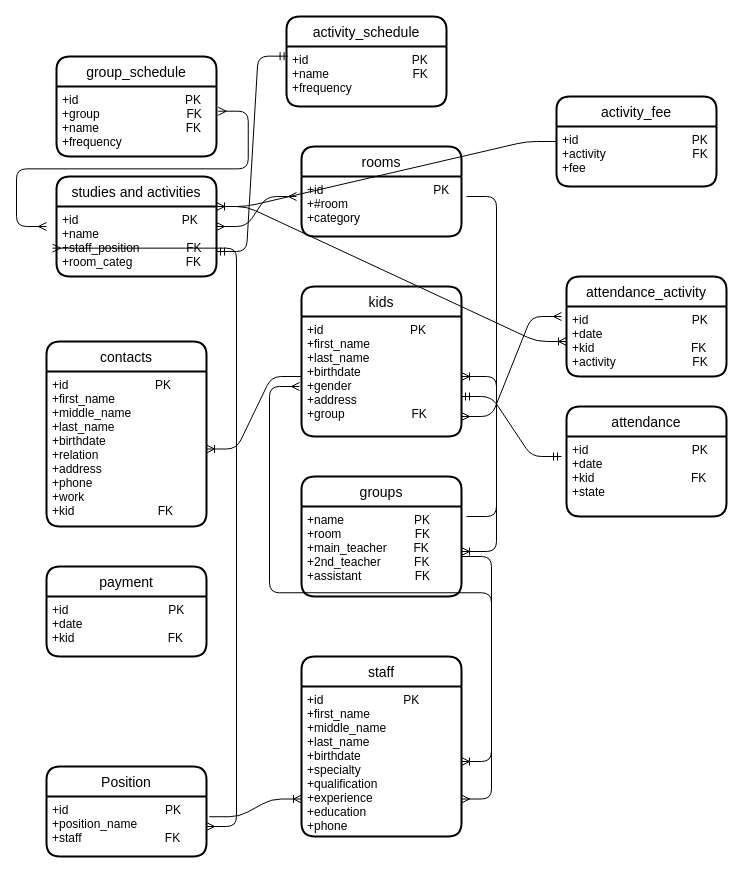
The draw.io diagram Kindergarten.drawio in Emma664/World-population, before the edit. Source tidied: cells renumbered, new cells numbered last; positions are measured from the earlier drawing's top-left corner, leaving out a move shared by most shapes. Both pictures are drawn from the tidied source at 100%, with x=0, y=0 at pixel (46, 16).
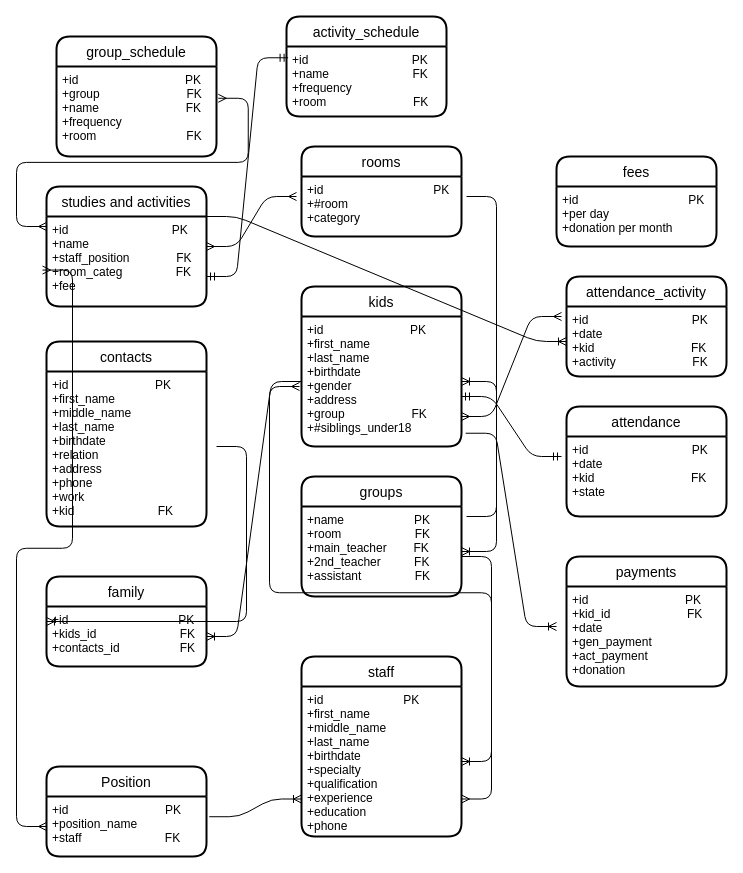
After the change.

Unchanged cells that the change refers to:
```xml
<mxCell id="5" value="+id                          PK&#10;+first_name&#10;+middle_name&#10;+last_name&#10;+birthdate&#10;+relation&#10;+address&#10;+phone&#10;+work                      &#10;+kid                         FK" style="align=left;strokeColor=none;fillColor=none;spacingLeft=4;fontSize=12;verticalAlign=top;" parent="4" vertex="1">
  <mxGeometry y="30" width="160" height="155" as="geometry" />
</mxCell>
```

The edit, as a diff of the source:
```diff
@@
-    <mxCell id="14" style="edgeStyle=entityRelationEdgeStyle;fontSize=12;html=1;endArrow=ERoneToMany;" parent="1" edge="1" source="23" target="5">
-      <mxGeometry relative="1" as="geometry" />
-    </mxCell>
-    <mxCell id="15" value="payment" style="swimlane;horizontal=1;startSize=30;rounded=1;fontSize=14;fontStyle=0;strokeWidth=2;shadow=0;dashed=0;align=center;" parent="1" vertex="1">
-      <mxGeometry y="550" width="160" height="90" as="geometry" />
-    </mxCell>
-    <mxCell id="16" value="+id                              PK&#10;+date&#10;+kid                            FK&#10;" style="align=left;strokeColor=none;fillColor=none;spacingLeft=4;fontSize=12;verticalAlign=top;" parent="15" vertex="1">
-      <mxGeometry y="30" width="160" height="60" as="geometry" />
-    </mxCell>
@@
     <mxCell id="22" value="kids" style="swimlane;horizontal=1;startSize=30;rounded=1;fontSize=14;fontStyle=0;strokeWidth=2;shadow=0;dashed=0;align=center;" parent="1" vertex="1">
-      <mxGeometry x="255" y="270" width="160" height="150" as="geometry" />
+      <mxGeometry x="255" y="270" width="160" height="160" as="geometry" />
     </mxCell>
-    <mxCell id="23" value="+id                          PK&#10;+first_name&#10;+last_name&#10;+birthdate&#10;+gender&#10;+address&#10;+group                    FK" style="align=left;strokeColor=none;fillColor=none;spacingLeft=4;fontSize=12;verticalAlign=top;" parent="22" vertex="1">
-      <mxGeometry y="30" width="160" height="120" as="geometry" />
+    <mxCell id="23" value="+id                          PK&#10;+first_name&#10;+last_name&#10;+birthdate&#10;+gender&#10;+address&#10;+group                    FK&#10;+#siblings_under18" style="align=left;strokeColor=none;fillColor=none;spacingLeft=4;fontSize=12;verticalAlign=top;" parent="22" vertex="1">
+      <mxGeometry y="30" width="160" height="130" as="geometry" />
     </mxCell>
-    <mxCell id="24" value="studies and activities" style="swimlane;horizontal=1;startSize=30;rounded=1;fontSize=14;fontStyle=0;strokeWidth=2;shadow=0;dashed=0;align=center;" parent="1" vertex="1">
-      <mxGeometry x="10" y="160" width="160" height="100" as="geometry" />
-    </mxCell>
-    <mxCell id="25" value="+id                               PK&#10;+name&#10;+staff_position              FK&#10;+room_categ                FK" style="align=left;strokeColor=none;fillColor=none;spacingLeft=4;fontSize=12;verticalAlign=top;" parent="24" vertex="1">
-      <mxGeometry y="30" width="160" height="70" as="geometry" />
-    </mxCell>
     <mxCell id="26" value="group_schedule" style="swimlane;horizontal=1;startSize=30;rounded=1;fontSize=14;fontStyle=0;strokeWidth=2;shadow=0;dashed=0;align=center;" parent="1" vertex="1">
-      <mxGeometry x="10" y="40" width="160" height="100" as="geometry" />
+      <mxGeometry x="10" y="20" width="160" height="120" as="geometry" />
     </mxCell>
-    <mxCell id="27" value="+id                                PK&#10;+group                          FK&#10;+name                          FK&#10;+frequency                   " style="align=left;strokeColor=none;fillColor=none;spacingLeft=4;fontSize=12;verticalAlign=top;" parent="26" vertex="1">
-      <mxGeometry y="30" width="160" height="70" as="geometry" />
+    <mxCell id="27" value="+id                                PK&#10;+group                          FK&#10;+name                          FK&#10;+frequency                   &#10;+room                           FK" style="align=left;strokeColor=none;fillColor=none;spacingLeft=4;fontSize=12;verticalAlign=top;" parent="26" vertex="1">
+      <mxGeometry y="30" width="160" height="90" as="geometry" />
     </mxCell>
@@
     <mxCell id="35" value="activity_schedule" style="swimlane;horizontal=1;startSize=30;rounded=1;fontSize=14;fontStyle=0;strokeWidth=2;shadow=0;dashed=0;align=center;" parent="1" vertex="1">
-      <mxGeometry x="240" width="160" height="90" as="geometry" />
+      <mxGeometry x="240" width="160" height="100" as="geometry" />
     </mxCell>
-    <mxCell id="36" value="+id                               PK&#10;+name                         FK&#10;+frequency" style="align=left;strokeColor=none;fillColor=none;spacingLeft=4;fontSize=12;verticalAlign=top;" parent="35" vertex="1">
-      <mxGeometry y="30" width="160" height="60" as="geometry" />
+    <mxCell id="36" value="+id                               PK&#10;+name                         FK&#10;+frequency&#10;+room                          FK" style="align=left;strokeColor=none;fillColor=none;spacingLeft=4;fontSize=12;verticalAlign=top;" parent="35" vertex="1">
+      <mxGeometry y="30" width="160" height="70" as="geometry" />
     </mxCell>
@@
-    <mxCell id="39" value="activity_fee" style="swimlane;horizontal=1;startSize=30;rounded=1;fontSize=14;fontStyle=0;strokeWidth=2;shadow=0;dashed=0;align=center;" parent="1" vertex="1">
-      <mxGeometry x="510" y="80" width="160" height="90" as="geometry" />
-    </mxCell>
-    <mxCell id="40" value="+id                                  PK&#10;+activity                          FK&#10;+fee" style="align=left;strokeColor=none;fillColor=none;spacingLeft=4;fontSize=12;verticalAlign=top;" parent="39" vertex="1">
-      <mxGeometry y="30" width="160" height="60" as="geometry" />
-    </mxCell>
-    <mxCell id="41" style="edgeStyle=entityRelationEdgeStyle;fontSize=12;html=1;endArrow=ERoneToMany;exitX=0;exitY=0.25;exitDx=0;exitDy=0;entryX=1;entryY=0;entryDx=0;entryDy=0;" parent="1" edge="1" source="40" target="25">
-      <mxGeometry relative="1" as="geometry" />
-    </mxCell>
+    <mxCell id="42" value="fees" style="swimlane;horizontal=1;startSize=30;rounded=1;fontSize=14;fontStyle=0;strokeWidth=2;shadow=0;dashed=0;align=center;" parent="1" vertex="1">
+      <mxGeometry x="510" y="140" width="160" height="90" as="geometry" />
+    </mxCell>
+    <mxCell id="43" value="+id                                 PK&#10;+per day&#10;+donation per month" style="align=left;strokeColor=none;fillColor=none;spacingLeft=4;fontSize=12;verticalAlign=top;" parent="42" vertex="1">
+      <mxGeometry y="30" width="160" height="60" as="geometry" />
+    </mxCell>
+    <mxCell id="24" value="studies and activities" style="swimlane;horizontal=1;startSize=30;rounded=1;fontSize=14;fontStyle=0;strokeWidth=2;shadow=0;dashed=0;align=center;" parent="1" vertex="1">
+      <mxGeometry y="170" width="160" height="120" as="geometry" />
+    </mxCell>
+    <mxCell id="25" value="+id                               PK&#10;+name&#10;+staff_position              FK&#10;+room_categ                FK&#10;+fee" style="align=left;strokeColor=none;fillColor=none;spacingLeft=4;fontSize=12;verticalAlign=top;" parent="24" vertex="1">
+      <mxGeometry y="30" width="160" height="90" as="geometry" />
+    </mxCell>
+    <mxCell id="44" value="payments" style="swimlane;horizontal=1;startSize=30;rounded=1;fontSize=14;fontStyle=0;strokeWidth=2;shadow=0;dashed=0;align=center;" parent="1" vertex="1">
+      <mxGeometry x="520" y="540" width="160" height="130" as="geometry" />
+    </mxCell>
+    <mxCell id="45" value="+id                             PK&#10;+kid_id                       FK&#10;+date&#10;+gen_payment&#10;+act_payment&#10;+donation" style="align=left;strokeColor=none;fillColor=none;spacingLeft=4;fontSize=12;verticalAlign=top;" parent="44" vertex="1">
+      <mxGeometry y="30" width="160" height="100" as="geometry" />
+    </mxCell>
+    <mxCell id="46" style="edgeStyle=entityRelationEdgeStyle;fontSize=12;html=1;endArrow=ERoneToMany;exitX=1.026;exitY=0.898;exitDx=0;exitDy=0;exitPerimeter=0;" parent="1" edge="1" source="23">
+      <mxGeometry relative="1" as="geometry">
+        <mxPoint x="510" y="610" as="targetPoint" />
+      </mxGeometry>
+    </mxCell>
+    <mxCell id="47" value="family" style="swimlane;horizontal=1;startSize=30;rounded=1;fontSize=14;fontStyle=0;strokeWidth=2;shadow=0;dashed=0;align=center;" parent="1" vertex="1">
+      <mxGeometry y="560" width="160" height="90" as="geometry" />
+    </mxCell>
+    <mxCell id="48" value="+id                                 PK&#10;+kids_id                         FK&#10;+contacts_id                  FK" style="align=left;strokeColor=none;fillColor=none;spacingLeft=4;fontSize=12;verticalAlign=top;" parent="47" vertex="1">
+      <mxGeometry y="30" width="160" height="60" as="geometry" />
+    </mxCell>
+    <mxCell id="49" style="edgeStyle=entityRelationEdgeStyle;fontSize=12;html=1;endArrow=ERoneToMany;entryX=0;entryY=0.25;entryDx=0;entryDy=0;" parent="1" edge="1" target="48">
+      <mxGeometry relative="1" as="geometry">
+        <mxPoint x="170" y="430" as="sourcePoint" />
+      </mxGeometry>
+    </mxCell>
+    <mxCell id="50" style="edgeStyle=entityRelationEdgeStyle;fontSize=12;html=1;endArrow=ERoneToMany;" parent="1" edge="1" source="23" target="48">
+      <mxGeometry relative="1" as="geometry" />
+    </mxCell>
```
